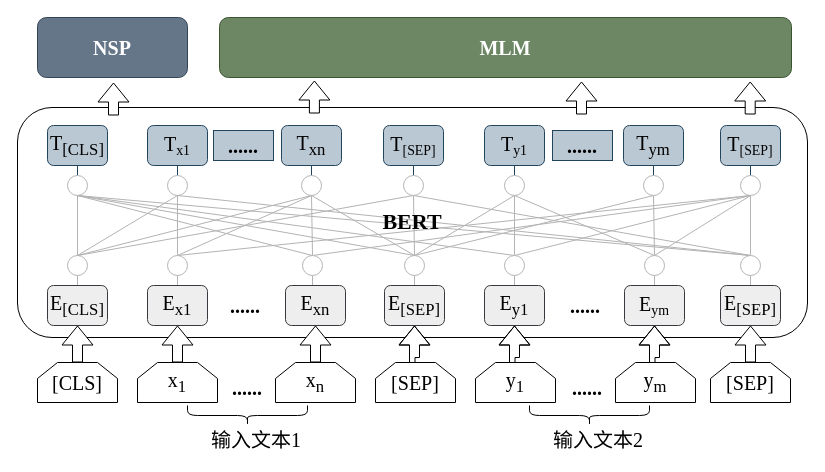
This is page "BERT" (8 of 14) of master_paper.drawio from JJackMoO/Jackert_draw, a draw.io file, before an edit. Source tidied: cells renumbered, new cells numbered last; positions are measured from the earlier drawing's top-left corner, leaving out a move shared by most shapes. Both pictures are drawn from the tidied source at 100%, with x=0, y=0 at pixel (17, 17).
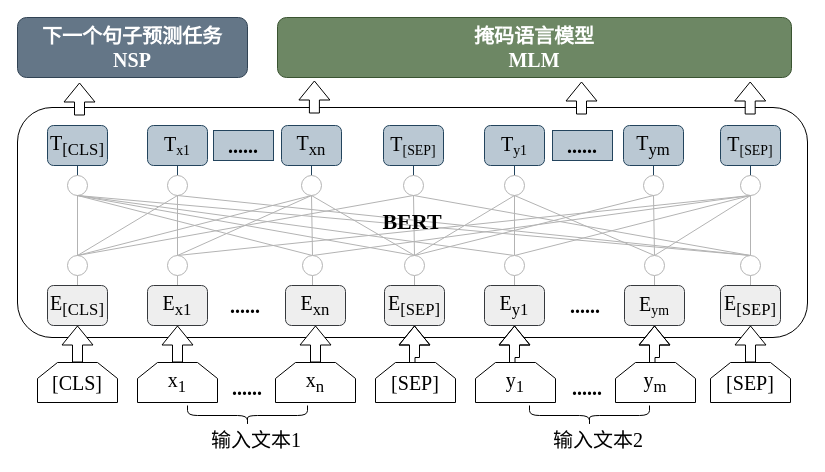
The same diagram, later.

Diff of the diagram source:
```diff
@@
-    <mxCell id="90" value="&lt;b&gt;&lt;font style=&quot;font-size: 20px;&quot; face=&quot;Times New Roman&quot;&gt;NSP&lt;/font&gt;&lt;/b&gt;" style="rounded=1;whiteSpace=wrap;html=1;fillColor=#647687;fontColor=#ffffff;strokeColor=#314354;" parent="1" vertex="1">
-      <mxGeometry x="20" width="150" height="60" as="geometry" />
+    <mxCell id="90" value="&lt;b&gt;&lt;font style=&quot;font-size: 20px;&quot; face=&quot;Times New Roman&quot;&gt;下一个句子预测任务&lt;br&gt;NSP&lt;/font&gt;&lt;/b&gt;" style="rounded=1;whiteSpace=wrap;html=1;fillColor=#647687;fontColor=#ffffff;strokeColor=#314354;" parent="1" vertex="1">
+      <mxGeometry width="230" height="60" as="geometry" />
     </mxCell>
-    <mxCell id="91" value="&lt;b&gt;&lt;font style=&quot;font-size: 20px;&quot; face=&quot;Times New Roman&quot;&gt;MLM&lt;/font&gt;&lt;/b&gt;" style="rounded=1;whiteSpace=wrap;html=1;fillColor=#6d8764;fontColor=#ffffff;strokeColor=#3A5431;" parent="1" vertex="1">
-      <mxGeometry x="202" width="572" height="60" as="geometry" />
+    <mxCell id="91" value="&lt;b&gt;&lt;font style=&quot;font-size: 20px;&quot; face=&quot;Times New Roman&quot;&gt;掩码语言模型&lt;br&gt;MLM&lt;br&gt;&lt;/font&gt;&lt;/b&gt;" style="rounded=1;whiteSpace=wrap;html=1;fillColor=#6d8764;fontColor=#ffffff;strokeColor=#3A5431;" parent="1" vertex="1">
+      <mxGeometry x="260" width="514" height="60" as="geometry" />
     </mxCell>
     <mxCell id="92" style="shape=flexArrow;endArrow=classic;html=1;rounded=0;fillColor=default;" parent="1" edge="1">
       <mxGeometry relative="1" as="geometry">
-        <mxPoint x="96" y="98" as="sourcePoint" />
-        <mxPoint x="96" y="65" as="targetPoint" />
+        <mxPoint x="62" y="98" as="sourcePoint" />
+        <mxPoint x="62" y="65" as="targetPoint" />
       </mxGeometry>
     </mxCell>
```
